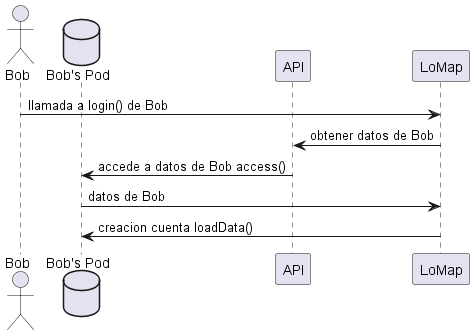
Above: images/Login.png in Arquisoft/lomap_es5b (PlantUML), before the change.
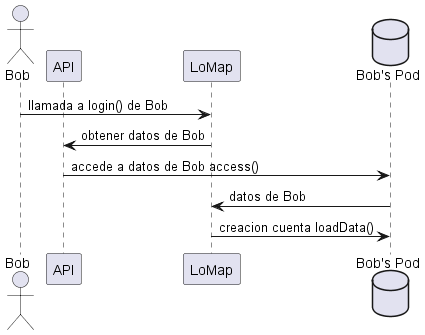
Later version of the same file.

Change to the diagram source:
```diff
@@ -1,8 +1,8 @@
 @startuml
 actor Bob
-database Pod as "Bob's Pod"
 participant API
 participant LoMap
+database Pod as "Bob's Pod"
 Bob -> LoMap: llamada a login() de Bob
 LoMap -> API: obtener datos de Bob
 API -> Pod: accede a datos de Bob access()
```
